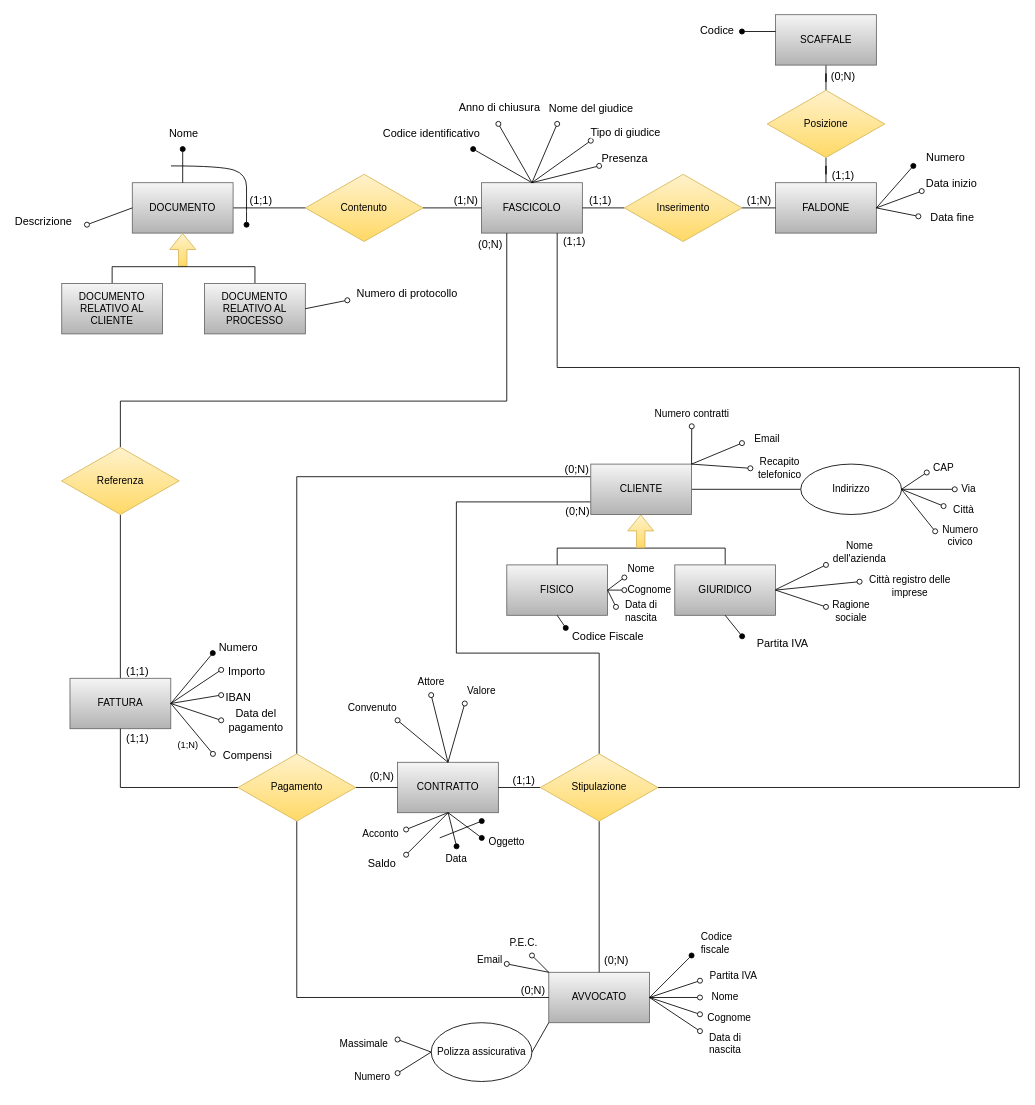
Above: DiagrammaER_Completo_Iniziale.drawio in AndreaCiv/BasiDiDati (draw.io), before the change. Source tidied: cells renumbered, new cells numbered last; positions are measured from the earlier drawing's top-left corner, leaving out a move shared by most shapes. Both pictures are drawn from the tidied source at 84%, with x=0, y=0 at pixel (61, 14).
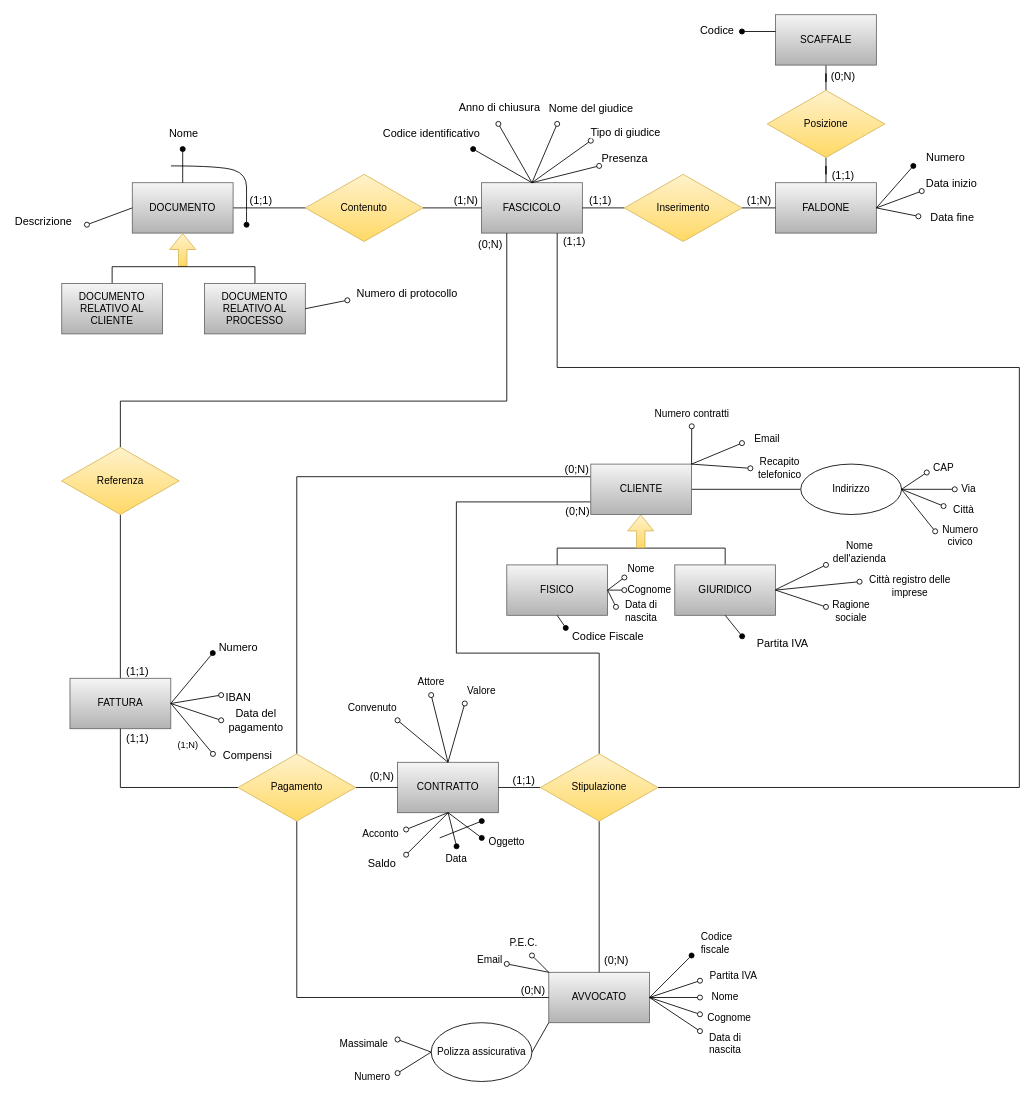
The same diagram, later.

Commit message (it also covers changes not shown here):
Tolto importo in fattura

What changed in the source:
```diff
@@
-    <mxCell id="78" style="endArrow=oval;html=1;rounded=0;fontSize=13;endFill=0;" parent="1" edge="1">
-      <mxGeometry relative="1" as="geometry">
-        <mxPoint x="129.8" y="820" as="sourcePoint" />
-        <mxPoint x="189.8" y="780" as="targetPoint" />
-      </mxGeometry>
-    </mxCell>
-    <mxCell id="79" value="Importo" style="edgeLabel;html=1;align=center;verticalAlign=middle;fontSize=13;" parent="78" vertex="1">
-      <mxGeometry x="0.35" y="2" relative="1" as="geometry">
-        <mxPoint x="50" y="-11" as="offset" />
-      </mxGeometry>
-    </mxCell>
```
